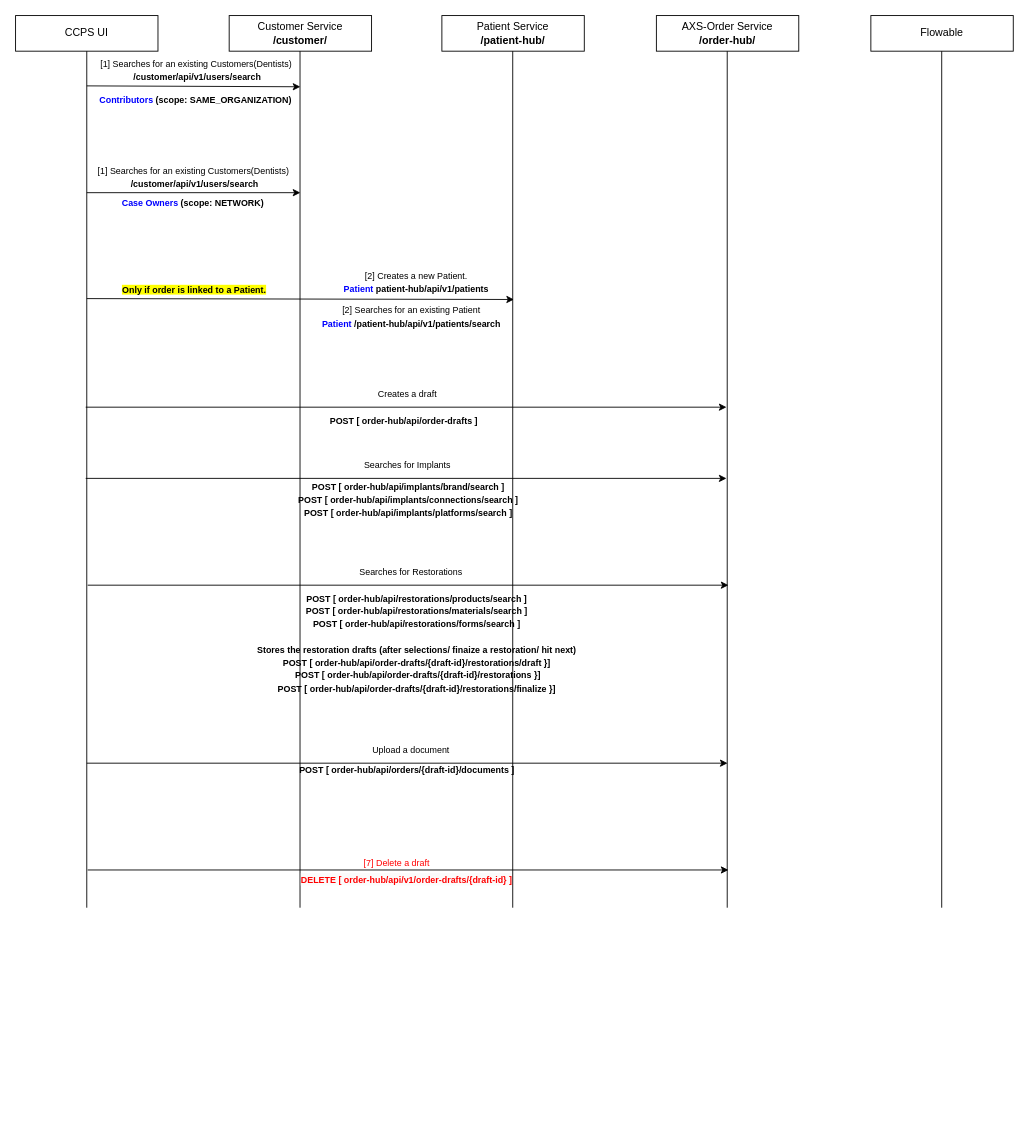
ankitverma5859/drawio keeps this draw.io diagram as page "CCPS_OrderCreation" (3 of 3) of axs-order.drawio. Above is the earlier version. Source tidied: cells renumbered, new cells numbered last; positions are measured from the earlier drawing's top-left corner, leaving out a move shared by most shapes. Both pictures are drawn from the tidied source at 89%, with x=0, y=0 at pixel (15, 15).
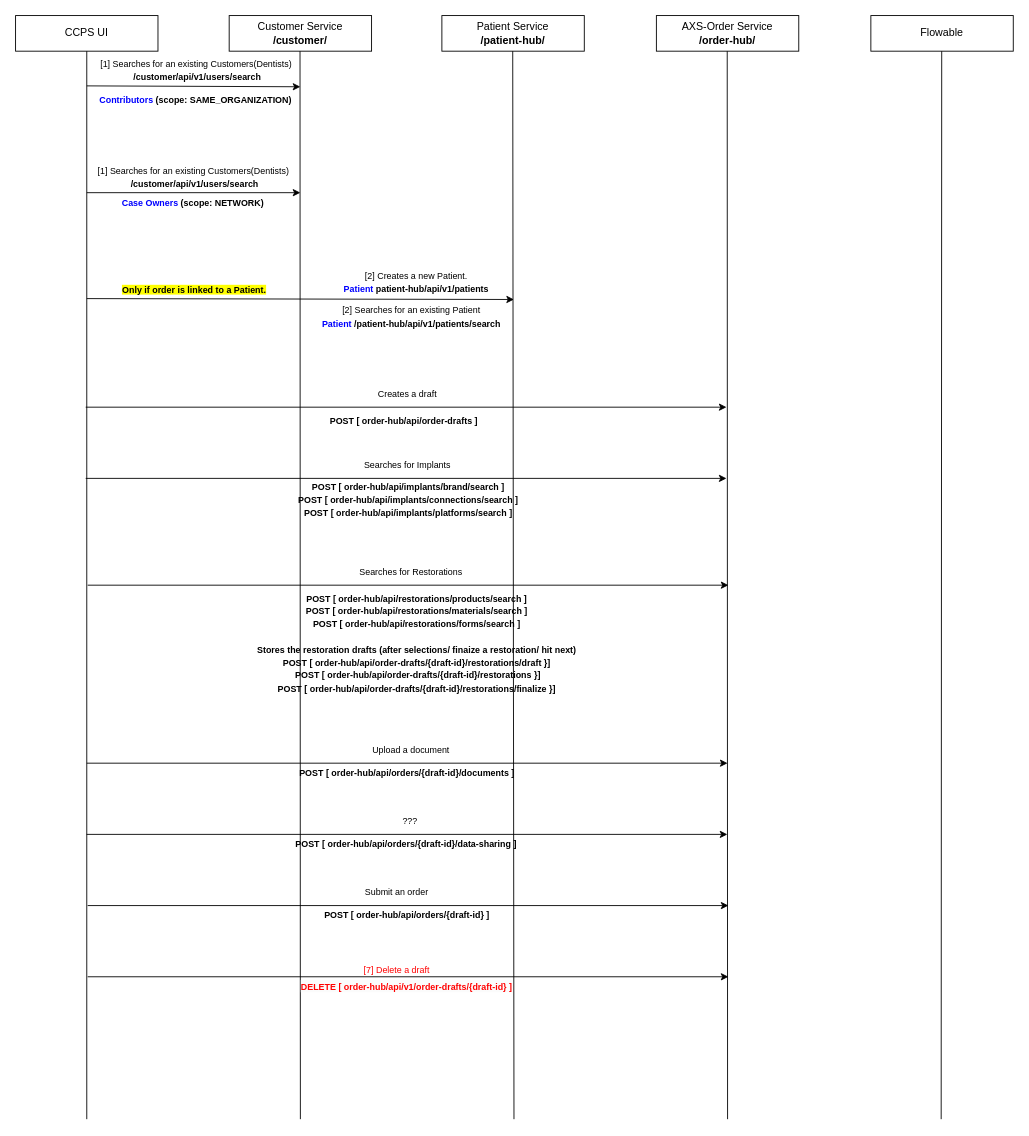
The same diagram, later.

What changed in the source:
```diff
@@
     <mxCell id="7" style="endArrow=none;html=1;rounded=0;" parent="1" edge="1">
       <mxGeometry relative="1" as="geometry">
-        <mxPoint x="80" y="1002.4" as="sourcePoint" />
+        <mxPoint x="80" y="1240" as="sourcePoint" />
         <mxPoint x="80" y="40" as="targetPoint" />
       </mxGeometry>
     </mxCell>
     <mxCell id="8" style="endArrow=none;html=1;rounded=0;" parent="1" edge="1">
       <mxGeometry relative="1" as="geometry">
-        <mxPoint x="319.6" y="1002.4" as="sourcePoint" />
+        <mxPoint x="320" y="1240" as="sourcePoint" />
         <mxPoint x="319.6" y="40" as="targetPoint" />
       </mxGeometry>
     </mxCell>
     <mxCell id="9" style="endArrow=none;html=1;rounded=0;" parent="1" edge="1">
       <mxGeometry relative="1" as="geometry">
-        <mxPoint x="558.6" y="1002.4" as="sourcePoint" />
+        <mxPoint x="560" y="1240" as="sourcePoint" />
         <mxPoint x="558.6" y="40" as="targetPoint" />
       </mxGeometry>
     </mxCell>
     <mxCell id="10" style="endArrow=none;html=1;rounded=0;" parent="1" edge="1">
       <mxGeometry relative="1" as="geometry">
-        <mxPoint x="799.6" y="1002.4" as="sourcePoint" />
+        <mxPoint x="800" y="1240" as="sourcePoint" />
         <mxPoint x="799.6" y="40" as="targetPoint" />
       </mxGeometry>
     </mxCell>
     <mxCell id="11" style="endArrow=none;html=1;rounded=0;" parent="1" edge="1">
       <mxGeometry relative="1" as="geometry">
-        <mxPoint x="1040.6" y="1002.4" as="sourcePoint" />
+        <mxPoint x="1040" y="1240" as="sourcePoint" />
         <mxPoint x="1040.6" y="40" as="targetPoint" />
       </mxGeometry>
     </mxCell>
@@
     <mxCell id="22" style="endArrow=classic;html=1;rounded=0;" parent="1" edge="1">
       <mxGeometry relative="1" as="geometry">
-        <mxPoint x="81" y="960" as="sourcePoint" />
-        <mxPoint x="801" y="960" as="targetPoint" />
+        <mxPoint x="81" y="1080" as="sourcePoint" />
+        <mxPoint x="801" y="1080" as="targetPoint" />
       </mxGeometry>
     </mxCell>
     <mxCell id="23" value="&lt;font style=&quot;font-size: 10px;&quot; color=&quot;#ff0000&quot;&gt;[7] Delete a draft&lt;/font&gt;" style="text;html=1;strokeColor=none;fillColor=none;align=center;verticalAlign=middle;whiteSpace=wrap;rounded=0;" parent="1" vertex="1">
-      <mxGeometry x="363.5" y="947" width="129" height="10" as="geometry" />
+      <mxGeometry x="363.5" y="1067" width="129" height="10" as="geometry" />
     </mxCell>
     <mxCell id="24" value="&lt;span style=&quot;font-family: Helvetica; font-style: normal; font-variant-ligatures: normal; font-variant-caps: normal; letter-spacing: normal; orphans: 2; text-align: center; text-indent: 0px; text-transform: none; widows: 2; word-spacing: 0px; -webkit-text-stroke-width: 0px; background-color: rgb(251, 251, 251); text-decoration-thickness: initial; text-decoration-style: initial; text-decoration-color: initial; float: none; display: inline !important;&quot;&gt;&lt;b style=&quot;&quot;&gt;&lt;font color=&quot;#ff0000&quot; style=&quot;font-size: 10px;&quot;&gt;DELETE [ order-hub/api/v1/order-drafts/{draft-id} ]&lt;/font&gt;&lt;br&gt;&lt;/b&gt;&lt;/span&gt;" style="text;whiteSpace=wrap;html=1;" parent="1" vertex="1">
-      <mxGeometry x="318.5" y="957" width="242.5" height="20" as="geometry" />
+      <mxGeometry x="318.5" y="1077" width="242.5" height="20" as="geometry" />
     </mxCell>
@@
     <mxCell id="36" value="&lt;b&gt;&lt;font style=&quot;font-size: 10px;&quot;&gt;POST [ order-hub/api/orders/{draft-id}/documents ]&lt;/font&gt;&lt;/b&gt;&lt;b style=&quot;border-color: var(--border-color);&quot;&gt;&lt;font style=&quot;border-color: var(--border-color); font-size: 10px;&quot;&gt;&lt;br&gt;&lt;/font&gt;&lt;/b&gt;&lt;b&gt;&lt;font style=&quot;font-size: 10px;&quot;&gt;&lt;br&gt;&lt;/font&gt;&lt;/b&gt;" style="text;html=1;strokeColor=none;fillColor=none;align=center;verticalAlign=middle;whiteSpace=wrap;rounded=0;" parent="1" vertex="1">
-      <mxGeometry x="289.8" y="850" width="300" height="10" as="geometry" />
+      <mxGeometry x="289.8" y="853" width="300" height="10" as="geometry" />
     </mxCell>
+    <mxCell id="37" style="endArrow=classic;html=1;rounded=0;" parent="1" edge="1">
+      <mxGeometry relative="1" as="geometry">
+        <mxPoint x="79.8" y="920" as="sourcePoint" />
+        <mxPoint x="799.8" y="920" as="targetPoint" />
+      </mxGeometry>
+    </mxCell>
+    <mxCell id="38" value="&lt;span style=&quot;font-size: 10px;&quot;&gt;???&lt;/span&gt;" style="text;html=1;strokeColor=none;fillColor=none;align=center;verticalAlign=middle;whiteSpace=wrap;rounded=0;" parent="1" vertex="1">
+      <mxGeometry x="362.2" y="890" width="162.8" height="30" as="geometry" />
+    </mxCell>
+    <mxCell id="39" value="&lt;b&gt;&lt;font style=&quot;font-size: 10px;&quot;&gt;POST [ order-hub/api/orders/{draft-id}/data-sharing ]&lt;/font&gt;&lt;/b&gt;&lt;b style=&quot;border-color: var(--border-color);&quot;&gt;&lt;font style=&quot;border-color: var(--border-color); font-size: 10px;&quot;&gt;&lt;br&gt;&lt;/font&gt;&lt;/b&gt;&lt;b&gt;&lt;font style=&quot;font-size: 10px;&quot;&gt;&lt;br&gt;&lt;/font&gt;&lt;/b&gt;" style="text;html=1;strokeColor=none;fillColor=none;align=center;verticalAlign=middle;whiteSpace=wrap;rounded=0;" parent="1" vertex="1">
+      <mxGeometry x="288.5" y="933" width="300" height="10" as="geometry" />
+    </mxCell>
+    <mxCell id="40" style="endArrow=classic;html=1;rounded=0;" parent="1" edge="1">
+      <mxGeometry relative="1" as="geometry">
+        <mxPoint x="81" y="1000" as="sourcePoint" />
+        <mxPoint x="801" y="1000" as="targetPoint" />
+      </mxGeometry>
+    </mxCell>
+    <mxCell id="41" value="&lt;b&gt;&lt;font style=&quot;font-size: 10px;&quot;&gt;POST [ order-hub/api/orders/{draft-id} ]&lt;/font&gt;&lt;/b&gt;&lt;b style=&quot;border-color: var(--border-color);&quot;&gt;&lt;font style=&quot;border-color: var(--border-color); font-size: 10px;&quot;&gt;&lt;br&gt;&lt;/font&gt;&lt;/b&gt;&lt;b&gt;&lt;font style=&quot;font-size: 10px;&quot;&gt;&lt;br&gt;&lt;/font&gt;&lt;/b&gt;" style="text;html=1;strokeColor=none;fillColor=none;align=center;verticalAlign=middle;whiteSpace=wrap;rounded=0;" parent="1" vertex="1">
+      <mxGeometry x="289.8" y="1013" width="300" height="10" as="geometry" />
+    </mxCell>
+    <mxCell id="42" value="&lt;span style=&quot;font-size: 10px;&quot;&gt;Submit an order&lt;/span&gt;" style="text;html=1;strokeColor=none;fillColor=none;align=center;verticalAlign=middle;whiteSpace=wrap;rounded=0;" parent="1" vertex="1">
+      <mxGeometry x="346.6" y="970" width="162.8" height="30" as="geometry" />
+    </mxCell>
```
